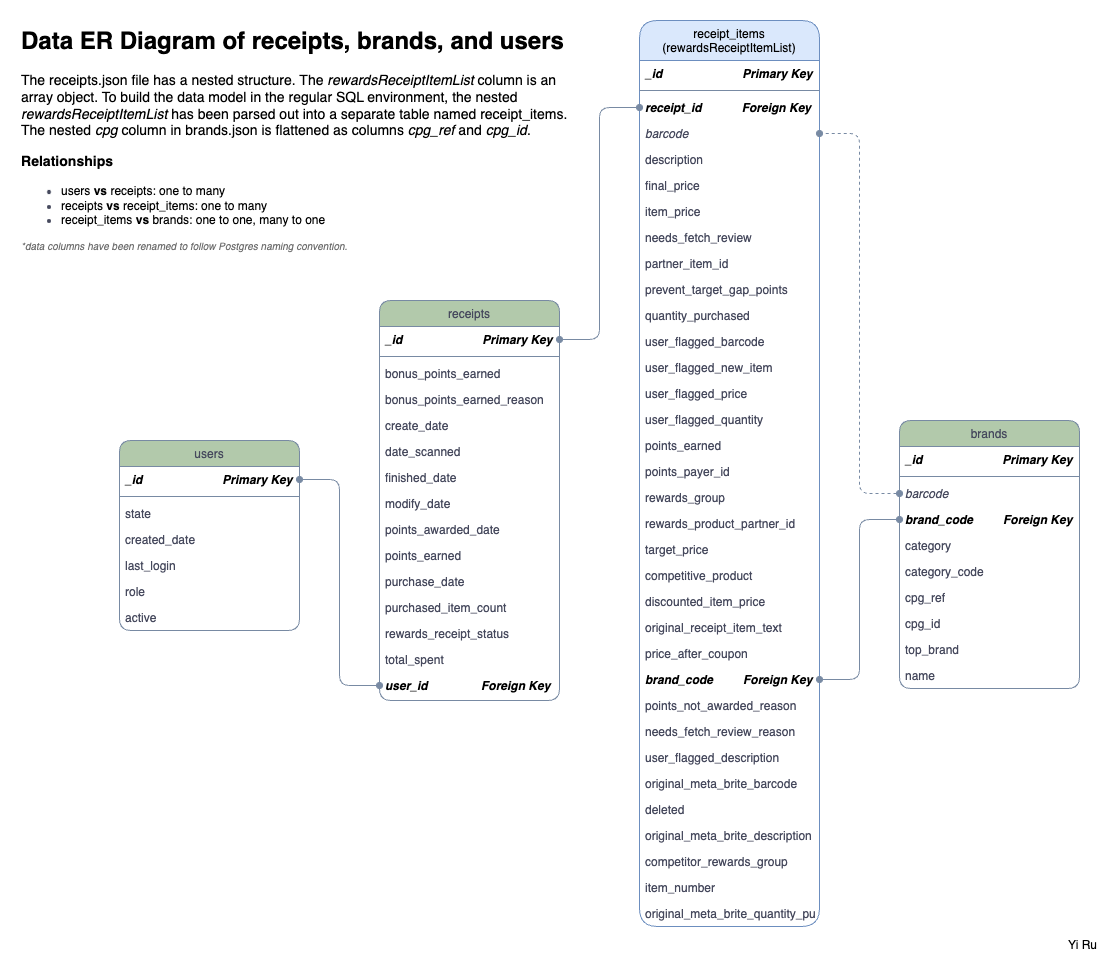
Earlier version of the draw.io export data_ER_diagram.drawio.png (Lewesyru/fetch_challenge). Source tidied: cells renumbered, new cells last; positions are measured from the earlier drawing's top-left corner, leaving out a move shared by most shapes.
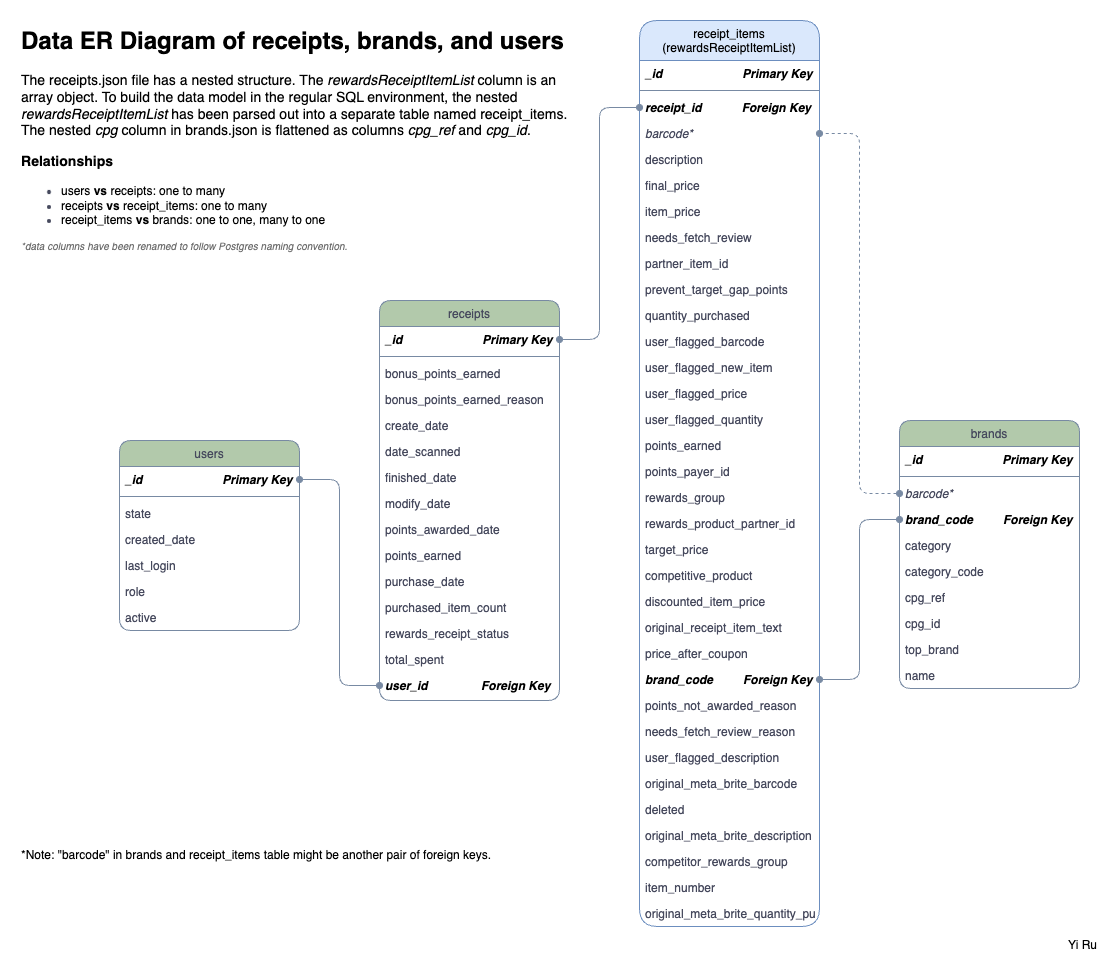
The same diagram one commit later.

Change to the diagram source:
```diff
@@ -65,7 +65,7 @@
     <mxCell id="22" style="line;html=1;strokeWidth=1;align=left;verticalAlign=middle;spacingTop=-1;spacingLeft=3;spacingRight=3;labelPosition=right;rounded=1;labelBackgroundColor=none;fillColor=#B2C9AB;strokeColor=#788AA3;fontColor=#46495D;" parent="20" vertex="1">
       <mxGeometry y="52" width="180" height="8" as="geometry" />
     </mxCell>
-    <mxCell id="23" value="barcode" style="text;align=left;verticalAlign=top;spacingLeft=4;spacingRight=4;overflow=hidden;points=[[0,0.5],[1,0.5]];portConstraint=eastwest;rounded=1;shadow=0;html=0;labelBackgroundColor=none;fontColor=#46495D;fontStyle=2;" parent="20" vertex="1">
+    <mxCell id="23" value="barcode*" style="text;align=left;verticalAlign=top;spacingLeft=4;spacingRight=4;overflow=hidden;points=[[0,0.5],[1,0.5]];portConstraint=eastwest;rounded=1;shadow=0;html=0;labelBackgroundColor=none;fontColor=#46495D;fontStyle=2;" parent="20" vertex="1">
       <mxGeometry y="60" width="180" height="26" as="geometry" />
     </mxCell>
     <mxCell id="24" value="brand_code         Foreign Key" style="text;align=left;verticalAlign=top;spacingLeft=4;spacingRight=4;overflow=hidden;points=[[0,0.5],[1,0.5]];portConstraint=eastwest;rounded=1;labelBackgroundColor=none;fontColor=default;fontStyle=3;" parent="20" vertex="1">
@@ -125,7 +125,7 @@
     <mxCell id="42" value="receipt_id            Foreign Key" style="text;align=left;verticalAlign=top;spacingLeft=4;spacingRight=4;overflow=hidden;points=[[0,0.5],[1,0.5]];portConstraint=eastwest;rounded=1;labelBackgroundColor=none;fontColor=default;fontStyle=3;" parent="39" vertex="1">
       <mxGeometry y="74" width="180" height="26" as="geometry" />
     </mxCell>
-    <mxCell id="43" value="barcode" style="text;align=left;verticalAlign=top;spacingLeft=4;spacingRight=4;overflow=hidden;points=[[0,0.5],[1,0.5]];portConstraint=eastwest;rounded=1;shadow=0;html=0;labelBackgroundColor=none;fontColor=#46495D;fontStyle=2;" parent="39" vertex="1">
+    <mxCell id="43" value="barcode*" style="text;align=left;verticalAlign=top;spacingLeft=4;spacingRight=4;overflow=hidden;points=[[0,0.5],[1,0.5]];portConstraint=eastwest;rounded=1;shadow=0;html=0;labelBackgroundColor=none;fontColor=#46495D;fontStyle=2;" parent="39" vertex="1">
       <mxGeometry y="100" width="180" height="26" as="geometry" />
     </mxCell>
     <mxCell id="44" value="description" style="text;align=left;verticalAlign=top;spacingLeft=4;spacingRight=4;overflow=hidden;rounded=1;shadow=0;html=0;labelBackgroundColor=none;fontColor=#46495D;" parent="39" vertex="1">
@@ -233,5 +233,8 @@
     <mxCell id="78" style="edgeStyle=orthogonalEdgeStyle;rounded=1;jettySize=auto;html=1;curved=0;startArrow=oval;startFill=1;endArrow=oval;endFill=1;strokeColor=#788AA3;" parent="1" edge="1" source="5" target="42">
       <mxGeometry relative="1" as="geometry" />
     </mxCell>
+    <mxCell id="79" value="*Note: &quot;barcode&quot; in brands and receipt_items table might be another pair of foreign keys.&amp;nbsp;" style="text;html=1;align=left;verticalAlign=middle;whiteSpace=wrap;rounded=0;" parent="1" vertex="1">
+      <mxGeometry x="20" y="840" width="510" height="30" as="geometry" />
+    </mxCell>
   </root>
 </mxGraphModel>
```
